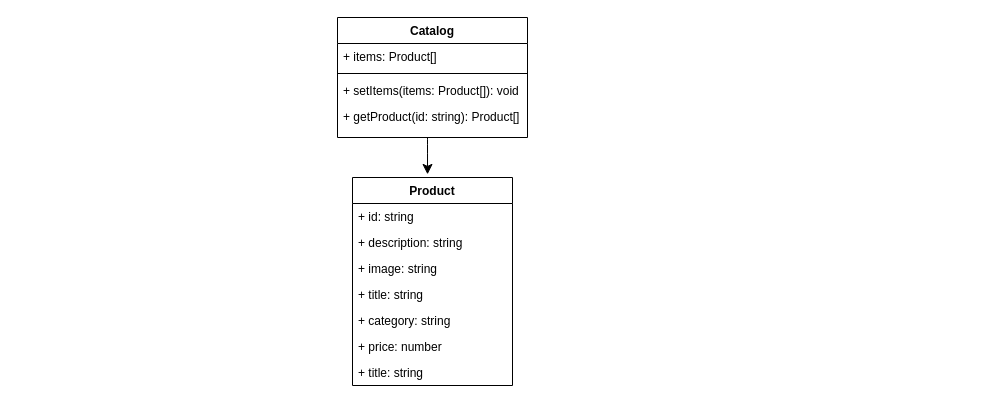
Before: web-larek.drawio in Kirill22012002/web-larek, a draw.io diagram. Source tidied: cells renumbered, new cells numbered last; positions are measured from the earlier drawing's top-left corner, leaving out a move shared by most shapes. Both pictures are drawn from the tidied source at 100%, with x=0, y=0 at pixel (337, 17).
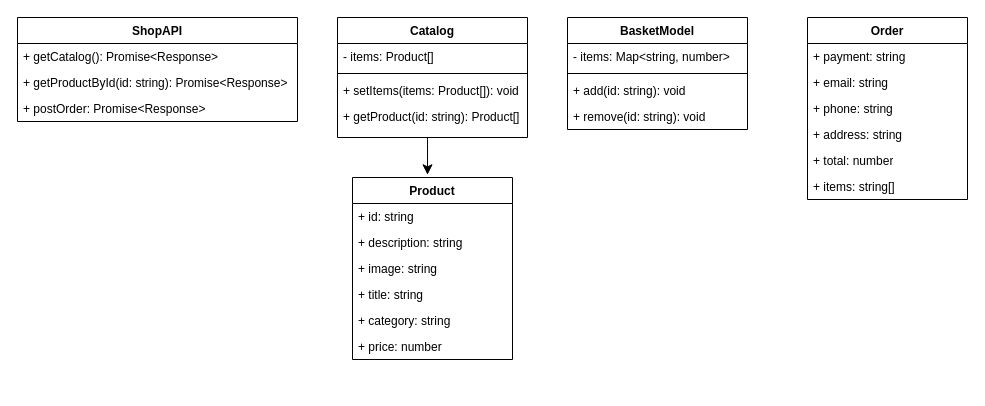
The same page after the edit.

The change refers to these unchanged cells:
```xml
<mxCell id="10" value="Catalog" style="swimlane;fontStyle=1;align=center;verticalAlign=top;horizontal=1;startSize=26;whiteSpace=wrap;html=1;" parent="1" vertex="1">
  <mxGeometry width="190" height="120" as="geometry" />
</mxCell>
```

The edit, as a diff of the source:
```diff
@@
     <mxCell id="2" value="Product" style="swimlane;fontStyle=1;align=center;verticalAlign=top;horizontal=1;startSize=26;whiteSpace=wrap;html=1;" parent="1" vertex="1">
-      <mxGeometry x="15" y="160" width="160" height="208" as="geometry" />
+      <mxGeometry x="15" y="160" width="160" height="182" as="geometry" />
     </mxCell>
@@
-    <mxCell id="9" value="+ title: string" style="text;strokeColor=none;fillColor=none;align=left;verticalAlign=top;spacingLeft=4;spacingRight=4;overflow=hidden;whiteSpace=wrap;html=1;" parent="2" vertex="1">
-      <mxGeometry y="182" width="160" height="26" as="geometry" />
-    </mxCell>
@@
-    <mxCell id="11" value="+ items: Product[]" style="text;strokeColor=none;fillColor=none;align=left;verticalAlign=top;spacingLeft=4;spacingRight=4;overflow=hidden;whiteSpace=wrap;html=1;" parent="10" vertex="1">
+    <mxCell id="11" value="- items: Product[]" style="text;strokeColor=none;fillColor=none;align=left;verticalAlign=top;spacingLeft=4;spacingRight=4;overflow=hidden;whiteSpace=wrap;html=1;" parent="10" vertex="1">
       <mxGeometry y="26" width="190" height="26" as="geometry" />
     </mxCell>
@@
+    <mxCell id="16" value="BasketModel" style="swimlane;fontStyle=1;align=center;verticalAlign=top;horizontal=1;startSize=26;whiteSpace=wrap;html=1;" parent="1" vertex="1">
+      <mxGeometry x="230" width="180" height="112" as="geometry" />
+    </mxCell>
+    <mxCell id="17" value="- items: Map&amp;lt;string, number&amp;gt;" style="text;strokeColor=none;fillColor=none;align=left;verticalAlign=top;spacingLeft=4;spacingRight=4;overflow=hidden;whiteSpace=wrap;html=1;" parent="16" vertex="1">
+      <mxGeometry y="26" width="180" height="26" as="geometry" />
+    </mxCell>
+    <mxCell id="18" style="line;strokeWidth=1;fillColor=none;align=left;verticalAlign=middle;spacingTop=-1;spacingLeft=3;spacingRight=3;labelPosition=right;strokeColor=inherit;" parent="16" vertex="1">
+      <mxGeometry y="52" width="180" height="8" as="geometry" />
+    </mxCell>
+    <mxCell id="19" value="+ add(id: string): void" style="text;strokeColor=none;fillColor=none;align=left;verticalAlign=top;spacingLeft=4;spacingRight=4;overflow=hidden;whiteSpace=wrap;html=1;" parent="16" vertex="1">
+      <mxGeometry y="60" width="180" height="26" as="geometry" />
+    </mxCell>
+    <mxCell id="20" value="+ remove(id: string): void" style="text;strokeColor=none;fillColor=none;align=left;verticalAlign=top;spacingLeft=4;spacingRight=4;overflow=hidden;whiteSpace=wrap;html=1;" parent="16" vertex="1">
+      <mxGeometry y="86" width="180" height="26" as="geometry" />
+    </mxCell>
+    <mxCell id="21" value="ShopAPI" style="swimlane;fontStyle=1;align=center;verticalAlign=top;horizontal=1;startSize=26;whiteSpace=wrap;html=1;" parent="1" vertex="1">
+      <mxGeometry x="-320" width="280" height="104" as="geometry" />
+    </mxCell>
+    <mxCell id="22" value="+ getCatalog(): Promise&amp;lt;Response&amp;gt;" style="text;strokeColor=none;fillColor=none;align=left;verticalAlign=top;spacingLeft=4;spacingRight=4;overflow=hidden;whiteSpace=wrap;html=1;" parent="21" vertex="1">
+      <mxGeometry y="26" width="280" height="26" as="geometry" />
+    </mxCell>
+    <mxCell id="23" value="+ getProductById(id: string): Promise&amp;lt;Response&amp;gt;" style="text;strokeColor=none;fillColor=none;align=left;verticalAlign=top;spacingLeft=4;spacingRight=4;overflow=hidden;whiteSpace=wrap;html=1;" parent="21" vertex="1">
+      <mxGeometry y="52" width="280" height="26" as="geometry" />
+    </mxCell>
+    <mxCell id="24" value="+ postOrder: Promise&amp;lt;Response&amp;gt;" style="text;strokeColor=none;fillColor=none;align=left;verticalAlign=top;spacingLeft=4;spacingRight=4;overflow=hidden;whiteSpace=wrap;html=1;" parent="21" vertex="1">
+      <mxGeometry y="78" width="280" height="26" as="geometry" />
+    </mxCell>
+    <mxCell id="25" value="Order" style="swimlane;fontStyle=1;align=center;verticalAlign=top;horizontal=1;startSize=26;whiteSpace=wrap;html=1;" parent="1" vertex="1">
+      <mxGeometry x="470" width="160" height="182" as="geometry" />
+    </mxCell>
+    <mxCell id="26" value="+ payment: string" style="text;strokeColor=none;fillColor=none;align=left;verticalAlign=top;spacingLeft=4;spacingRight=4;overflow=hidden;whiteSpace=wrap;html=1;" parent="25" vertex="1">
+      <mxGeometry y="26" width="160" height="26" as="geometry" />
+    </mxCell>
+    <mxCell id="27" value="+ email: string" style="text;strokeColor=none;fillColor=none;align=left;verticalAlign=top;spacingLeft=4;spacingRight=4;overflow=hidden;whiteSpace=wrap;html=1;" parent="25" vertex="1">
+      <mxGeometry y="52" width="160" height="26" as="geometry" />
+    </mxCell>
+    <mxCell id="28" value="+ phone: string" style="text;strokeColor=none;fillColor=none;align=left;verticalAlign=top;spacingLeft=4;spacingRight=4;overflow=hidden;whiteSpace=wrap;html=1;" parent="25" vertex="1">
+      <mxGeometry y="78" width="160" height="26" as="geometry" />
+    </mxCell>
+    <mxCell id="29" value="+ address: string" style="text;strokeColor=none;fillColor=none;align=left;verticalAlign=top;spacingLeft=4;spacingRight=4;overflow=hidden;whiteSpace=wrap;html=1;" parent="25" vertex="1">
+      <mxGeometry y="104" width="160" height="26" as="geometry" />
+    </mxCell>
+    <mxCell id="30" value="+ total: number" style="text;strokeColor=none;fillColor=none;align=left;verticalAlign=top;spacingLeft=4;spacingRight=4;overflow=hidden;whiteSpace=wrap;html=1;" parent="25" vertex="1">
+      <mxGeometry y="130" width="160" height="26" as="geometry" />
+    </mxCell>
+    <mxCell id="31" value="+ items: string[]" style="text;strokeColor=none;fillColor=none;align=left;verticalAlign=top;spacingLeft=4;spacingRight=4;overflow=hidden;whiteSpace=wrap;html=1;" parent="25" vertex="1">
+      <mxGeometry y="156" width="160" height="26" as="geometry" />
+    </mxCell>
```
